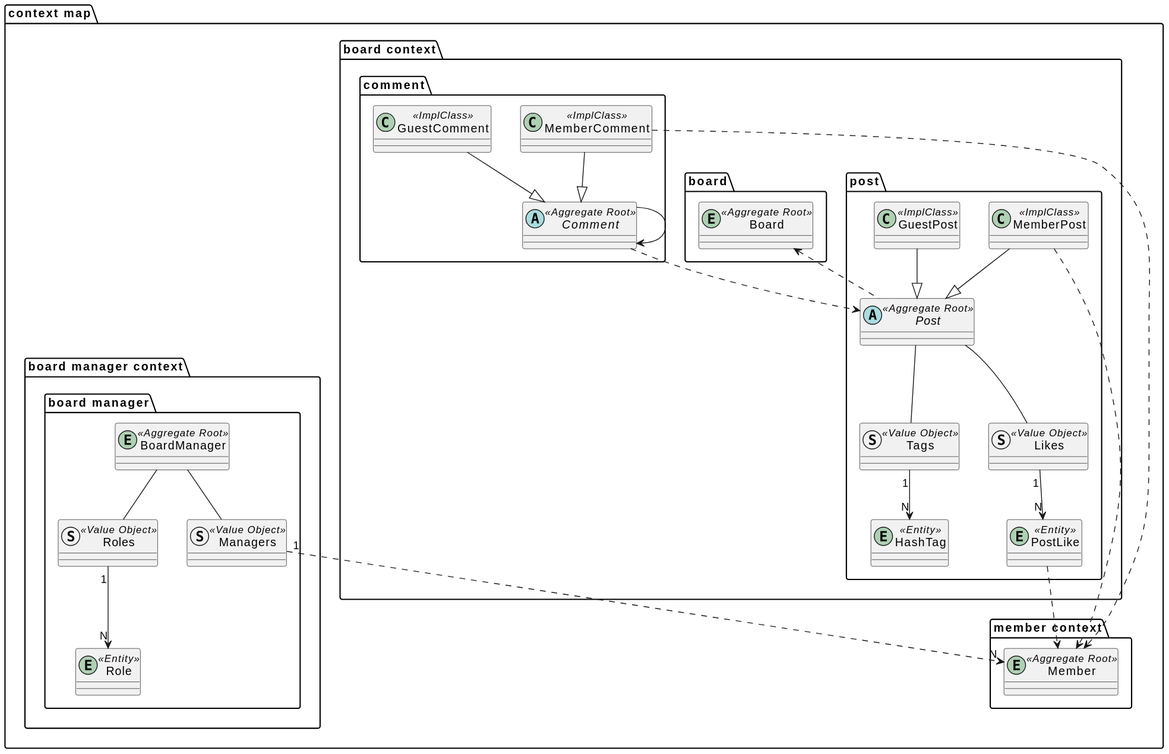
Before: document/puml/domain/boundedContextMap.svg, a diagram exported from PlantUML (SimpleBoardTeam/simpleBoard-server).
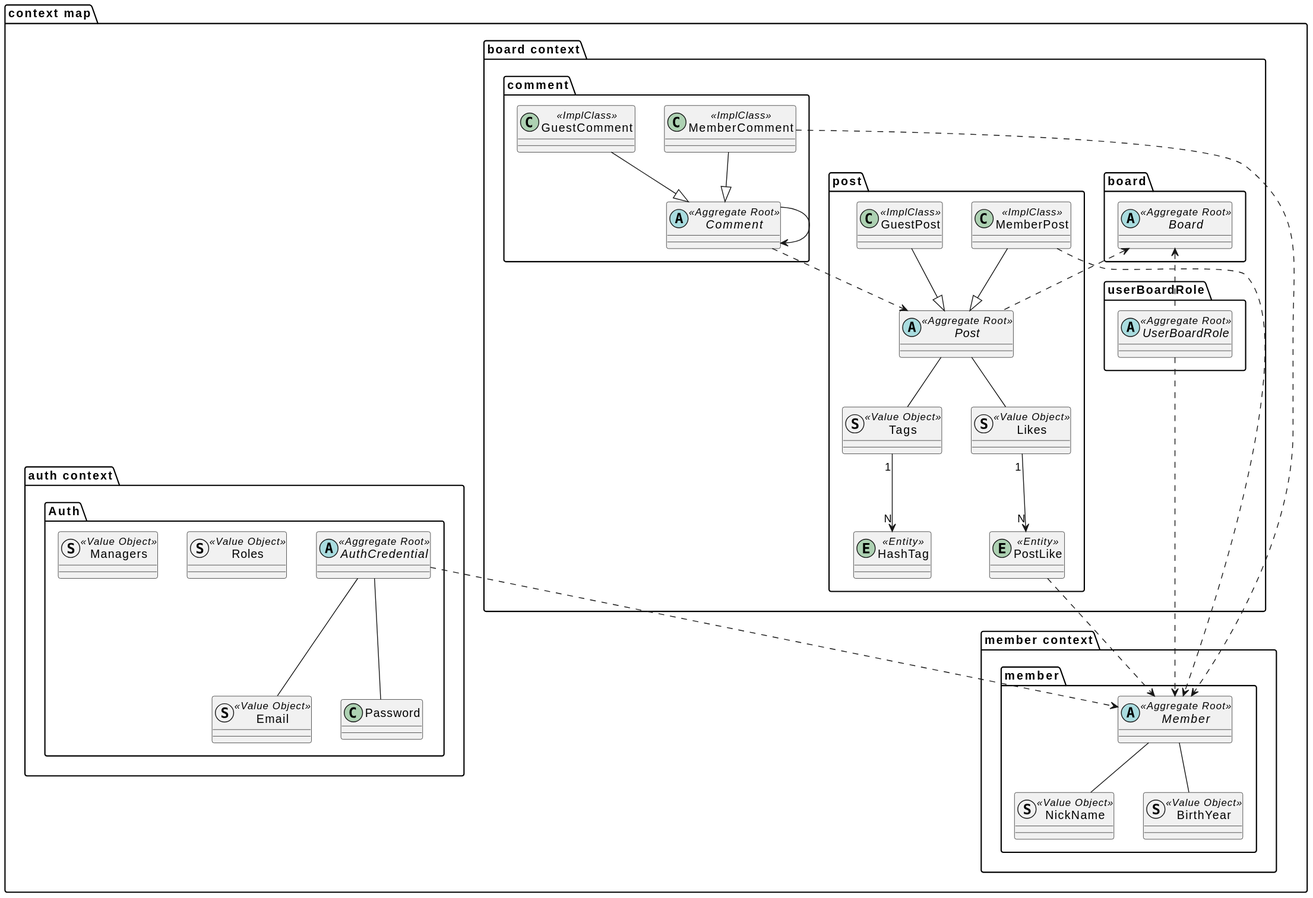
After the commit.

What changed in the source:
```diff
@@ -2,7 +2,7 @@
 package "context map" {
     package "board context"{
         package "board"{
-            entity Board <<Aggregate Root>>{
+            abstract Board <<Aggregate Root>>{
             }
         }
 
@@ -36,6 +36,11 @@
             }
         }
 
+        package "userBoardRole"{
+            abstract UserBoardRole <<Aggregate Root>>{
+            }
+        }
+
         GuestPost --|> Post
         MemberPost --|> Post
         GuestComment --|> Comment
@@ -44,29 +49,40 @@
     }
 
     package "member context"{
-        entity Member <<Aggregate Root>>{
+        package "member"{
+          abstract Member <<Aggregate Root>>{
+          }
+          struct NickName <<Value Object>>{
+          }
+          struct BirthYear <<Value Object>>{
+          }
+          Member -- NickName
+          Member -- BirthYear
         }
     }
 
-    package "board manager context"{
-        package "board manager"{
-            entity BoardManager <<Aggregate Root>>{
+    package "auth context"{
+        package "Auth" {
+            abstract AuthCredential <<Aggregate Root>>{
             }
-            entity Role <<Entity>>{
+            struct Email <<Value Object>>{
             }
+
             struct Roles <<Value Object>>{
             }
             struct Managers <<Value Object>>{
             }
+            AuthCredential -- Email
+            AuthCredential -- Password
         }
-
-        BoardManager -- Roles
-        BoardManager -- Managers
-        Managers "1" ..> "N" Member
-        Roles "1" --> "N" Role
     }
 
+
+    Board <.. UserBoardRole
     Board <.. Post
+
+    AuthCredential ..> Member
+    UserBoardRole ..> Member
     MemberPost ..> Member
     PostLike ..> Member
     MemberComment ..> Member
```
